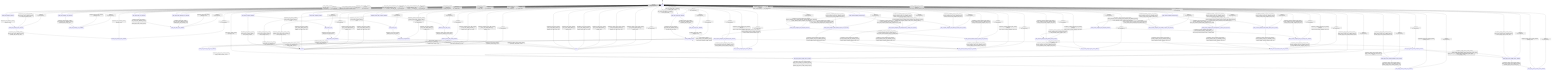
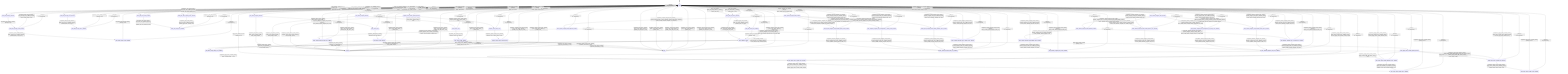
stateDiagram-v2
  direction TB
  [*] --> ready
  ready --> state_bind_storage_decision : bind_storage_runtime [storage_bind_valid_] / effect_bind_storage_
  ready --> state_bind_storage_error_decision : bind_storage_runtime [storage_bind_invalid_] / record_bind_storage_invalid_request_and_clear_binding_
  state_bind_storage_decision --> state_bind_storage_done_decision : completion_bind_storage_runtime_ [always] / none
  state_bind_storage_done_decision --> state_bind_storage_done_callback : completion_bind_storage_runtime_ [bind_storage_done_callback_present_] / publish_bind_storage_done_
  state_bind_storage_done_decision --> ready : completion_bind_storage_runtime_ [bind_storage_done_callback_absent_] / record_bind_storage_done_
  state_bind_storage_done_callback --> ready : completion_bind_storage_runtime_ [always] / none
  state_bind_storage_error_decision --> state_bind_storage_error_callback : completion_bind_storage_runtime_ [bind_storage_error_callback_present_] / publish_bind_storage_error_
  state_bind_storage_error_decision --> ready : completion_bind_storage_runtime_ [bind_storage_error_callback_absent_] / none
  state_bind_storage_error_callback --> ready : completion_bind_storage_runtime_ [always] / none
  state_awaiting_effects --> state_bind_storage_busy_error_callback : bind_storage_runtime [bind_storage_error_callback_present_] / publish_bind_storage_error_
  state_awaiting_effects --> state_awaiting_effects : bind_storage_runtime [bind_storage_error_callback_absent_] / record_bind_storage_invalid_request_
  state_bind_storage_busy_error_callback --> state_awaiting_effects : completion_bind_storage_runtime_ [always] / none
  ready --> state_plan_load_done_decision : plan_load_runtime [plan_load_valid_without_io_strategy_] / effect_plan_load_
  ready --> state_plan_load_done_decision : plan_load_runtime [plan_load_valid_with_io_strategy_] / effect_plan_io_load_
  ready --> state_plan_load_error_decision : plan_load_runtime [plan_load_invalid_request_] / none
  ready --> state_plan_load_capacity_error_decision : plan_load_runtime [plan_load_invalid_capacity_] / none
  state_plan_load_done_decision --> state_plan_load_done_callback : completion_plan_load_runtime_ [plan_load_done_callback_present_] / publish_plan_load_done_
  state_plan_load_done_decision --> state_awaiting_effects : completion_plan_load_runtime_ [plan_load_done_callback_absent_] / record_plan_load_done_
  state_plan_load_done_callback --> state_awaiting_effects : completion_plan_load_runtime_ [always] / none
  state_plan_load_error_decision --> state_plan_load_error_callback : completion_plan_load_runtime_ [plan_load_error_callback_present_] / publish_plan_load_invalid_request_
  state_plan_load_error_decision --> ready : completion_plan_load_runtime_ [plan_load_error_callback_absent_] / record_plan_load_invalid_request_
  state_plan_load_capacity_error_decision --> state_plan_load_error_callback : completion_plan_load_runtime_ [plan_load_error_callback_present_] / publish_plan_load_capacity_error_
  state_plan_load_capacity_error_decision --> ready : completion_plan_load_runtime_ [plan_load_error_callback_absent_] / record_plan_load_capacity_error_
  state_plan_load_error_callback --> ready : completion_plan_load_runtime_ [always] / none
  state_awaiting_effects --> state_apply_effect_results_request_decision : apply_effect_results_runtime [always] / none
  state_apply_effect_results_request_decision --> state_apply_effect_results_error_decision : completion_apply_effect_results_runtime_ [apply_results_invalid_] / none
  state_apply_effect_results_request_decision --> state_apply_effect_results_backend_error_decision : completion_apply_effect_results_runtime_ [apply_results_valid_with_effect_errors_] / none
  state_apply_effect_results_request_decision --> state_apply_effect_results_done_decision : completion_apply_effect_results_runtime_ [apply_results_valid_without_effect_errors_without_record_output_] / effect_apply_results_
  state_apply_effect_results_request_decision --> state_apply_effect_results_done_decision : completion_apply_effect_results_runtime_ [apply_results_valid_without_effect_errors_with_record_output_] / effect_apply_results_with_record_output_
  ready --> state_apply_effect_results_error_decision : apply_effect_results_runtime [always] / none
  state_apply_effect_results_done_decision --> state_apply_effect_results_done_callback : completion_apply_effect_results_runtime_ [apply_effect_results_done_callback_present_] / publish_apply_effect_results_done_
  state_apply_effect_results_done_decision --> ready : completion_apply_effect_results_runtime_ [apply_effect_results_done_callback_absent_] / record_apply_effect_results_done_
  state_apply_effect_results_done_callback --> ready : completion_apply_effect_results_runtime_ [always] / none
  state_apply_effect_results_error_decision --> state_apply_effect_results_error_callback : completion_apply_effect_results_runtime_ [apply_effect_results_error_callback_present_] / publish_apply_effect_results_invalid_request_
  state_apply_effect_results_error_decision --> ready : completion_apply_effect_results_runtime_ [apply_effect_results_error_callback_absent_] / record_apply_effect_results_invalid_request_
  state_apply_effect_results_backend_error_decision --> state_apply_effect_results_error_callback : completion_apply_effect_results_runtime_ [apply_effect_results_error_callback_present_] / publish_apply_effect_results_backend_error_
  state_apply_effect_results_backend_error_decision --> ready : completion_apply_effect_results_runtime_ [apply_effect_results_error_callback_absent_] / record_apply_effect_results_backend_error_
  state_apply_effect_results_error_callback --> ready : completion_apply_effect_results_runtime_ [always] / none
  ready --> bind_tensor_request_decision : bind_tensor_runtime [always] / begin_bind_tensor_
  bind_tensor_request_decision --> bind_tensor_exec : completion_bind_tensor_runtime_ [bind_tensor_request_valid_] / none
  bind_tensor_request_decision --> errored : completion_bind_tensor_runtime_ [bind_tensor_request_invalid_] / mark_invalid_request_
  bind_tensor_exec --> bind_tensor_result_decision : completion_bind_tensor_runtime_ [always] / exec_bind_tensor_
  bind_tensor_result_decision --> done : completion_bind_tensor_runtime_ [operation_succeeded_] / none
  bind_tensor_result_decision --> errored : completion_bind_tensor_runtime_ [operation_not_dispatched_] / mark_invalid_request_
  ready --> evict_tensor_request_decision : evict_tensor_runtime [always] / begin_evict_tensor_
  evict_tensor_request_decision --> evict_tensor_exec : completion_evict_tensor_runtime_ [evict_tensor_request_valid_] / none
  evict_tensor_request_decision --> errored : completion_evict_tensor_runtime_ [evict_tensor_request_invalid_] / mark_invalid_request_
  evict_tensor_exec --> evict_tensor_result_decision : completion_evict_tensor_runtime_ [always] / exec_evict_tensor_
  evict_tensor_result_decision --> done : completion_evict_tensor_runtime_ [operation_succeeded_] / none
  evict_tensor_result_decision --> errored : completion_evict_tensor_runtime_ [operation_not_dispatched_] / mark_invalid_request_
  ready --> capture_tensor_state_request_decision : capture_tensor_state_runtime [always] / begin_capture_tensor_state_
  capture_tensor_state_request_decision --> capture_tensor_state_exec : completion_capture_tensor_state_runtime_ [capture_tensor_state_request_valid_] / none
  capture_tensor_state_request_decision --> errored : completion_capture_tensor_state_runtime_ [capture_tensor_state_request_invalid_] / mark_invalid_request_
  capture_tensor_state_exec --> capture_tensor_state_result_decision : completion_capture_tensor_state_runtime_ [always] / exec_capture_tensor_state_
  capture_tensor_state_result_decision --> done : completion_capture_tensor_state_runtime_ [operation_succeeded_] / none
  capture_tensor_state_result_decision --> errored : completion_capture_tensor_state_runtime_ [operation_not_dispatched_] / mark_invalid_request_
  done --> ready : completion_bind_tensor_runtime_ [error_code_output_present_] / publish_done_with_error_code_
  done --> ready : completion_bind_tensor_runtime_ [error_code_output_absent_] / publish_done_
  errored --> ready : completion_bind_tensor_runtime_ [error_code_output_present_] / publish_error_with_error_code_
  errored --> ready : completion_bind_tensor_runtime_ [error_code_output_absent_] / publish_error_
  done --> ready : completion_evict_tensor_runtime_ [error_code_output_present_] / publish_done_with_error_code_
  done --> ready : completion_evict_tensor_runtime_ [error_code_output_absent_] / publish_done_
  errored --> ready : completion_evict_tensor_runtime_ [error_code_output_present_] / publish_error_with_error_code_
  errored --> ready : completion_evict_tensor_runtime_ [error_code_output_absent_] / publish_error_
  done --> ready : completion_capture_tensor_state_runtime_ [error_code_output_present_] / publish_done_with_error_code_
  done --> ready : completion_capture_tensor_state_runtime_ [error_code_output_absent_] / publish_done_
  errored --> ready : completion_capture_tensor_state_runtime_ [error_code_output_present_] / publish_error_with_error_code_
  errored --> ready : completion_capture_tensor_state_runtime_ [error_code_output_absent_] / publish_error_
  ready --> state_request_mapped_load_decision : request_mapped_load_runtime [always] / effect_begin_request_mapped_load_
  state_request_mapped_load_decision --> state_request_mapped_load_unsupported_io_mmap_error_decision : completion_request_mapped_load_runtime_ [request_mapped_load_io_mmap_absent_] / effect_mark_request_mapped_load_unsupported_io_mmap_
  state_request_mapped_load_decision --> state_request_mapped_load_invalid_request_error_decision : completion_request_mapped_load_runtime_ [request_mapped_load_io_mmap_present_request_invalid_] / effect_mark_request_mapped_load_invalid_request_
  state_request_mapped_load_decision --> state_request_mapped_load_already_resident_error_decision : completion_request_mapped_load_runtime_ [request_mapped_load_io_mmap_present_request_valid_already_resident_] / effect_mark_request_mapped_load_tensor_already_resident_
  state_request_mapped_load_decision --> state_request_mapped_load_dispatch_decision : completion_request_mapped_load_runtime_ [request_mapped_load_io_mmap_present_request_valid_tensor_unbound_] / effect_attempt_request_mapped_load_dispatch_
-   state_request_mapped_load_dispatch_decision --> state_request_mapped_load_publish_done_decision : completion_request_mapped_load_runtime_ [request_mapped_load_io_mmap_succeeded_] / effect_commit_request_mapped_load_
+   state_request_mapped_load_dispatch_decision --> state_request_mapped_load_done_callback : completion_request_mapped_load_runtime_ [request_mapped_load_io_mmap_succeeded_] / effect_commit_request_mapped_load_
  state_request_mapped_load_dispatch_decision --> state_request_mapped_load_io_mmap_error_decision : completion_request_mapped_load_runtime_ [request_mapped_load_io_mmap_failed_] / effect_mark_request_mapped_load_io_mmap_failed_
-   state_request_mapped_load_publish_done_decision --> state_request_mapped_load_done_callback : completion_request_mapped_load_runtime_ [request_mapped_load_done_callback_present_] / effect_publish_request_mapped_load_done_
-   state_request_mapped_load_done_callback --> ready : completion_request_mapped_load_runtime_ [always] / effect_record_request_mapped_load_done_
+   state_request_mapped_load_done_callback --> ready : completion_request_mapped_load_runtime_ [always] / effect_publish_request_mapped_load_done_
  state_request_mapped_load_invalid_request_error_decision --> state_request_mapped_load_error_callback : completion_request_mapped_load_runtime_ [request_mapped_load_error_callback_present_] / effect_publish_request_mapped_load_error_
  state_request_mapped_load_invalid_request_error_decision --> ready : completion_request_mapped_load_runtime_ [request_mapped_load_error_callback_absent_] / effect_record_request_mapped_load_error_
  state_request_mapped_load_unsupported_io_mmap_error_decision --> state_request_mapped_load_error_callback : completion_request_mapped_load_runtime_ [request_mapped_load_error_callback_present_] / effect_publish_request_mapped_load_error_
  state_request_mapped_load_unsupported_io_mmap_error_decision --> ready : completion_request_mapped_load_runtime_ [request_mapped_load_error_callback_absent_] / effect_record_request_mapped_load_error_
  state_request_mapped_load_already_resident_error_decision --> state_request_mapped_load_error_callback : completion_request_mapped_load_runtime_ [request_mapped_load_error_callback_present_] / effect_publish_request_mapped_load_error_
  state_request_mapped_load_already_resident_error_decision --> ready : completion_request_mapped_load_runtime_ [request_mapped_load_error_callback_absent_] / effect_record_request_mapped_load_error_
  state_request_mapped_load_io_mmap_error_decision --> state_request_mapped_load_error_callback : completion_request_mapped_load_runtime_ [request_mapped_load_error_callback_present_] / effect_publish_request_mapped_load_error_
  state_request_mapped_load_io_mmap_error_decision --> ready : completion_request_mapped_load_runtime_ [request_mapped_load_error_callback_absent_] / effect_record_request_mapped_load_error_
  state_request_mapped_load_error_callback --> ready : completion_request_mapped_load_runtime_ [always] / effect_record_request_mapped_load_error_
  ready --> state_release_mapped_load_decision : release_mapped_load_runtime [always] / effect_begin_release_mapped_load_
  state_release_mapped_load_decision --> state_release_mapped_load_unsupported_io_mmap_error_decision : completion_release_mapped_load_runtime_ [release_mapped_load_io_mmap_absent_] / effect_mark_release_mapped_load_unsupported_io_mmap_
  state_release_mapped_load_decision --> state_release_mapped_load_invalid_request_error_decision : completion_release_mapped_load_runtime_ [release_mapped_load_io_mmap_present_request_invalid_] / effect_mark_release_mapped_load_invalid_request_
  state_release_mapped_load_decision --> state_release_mapped_load_handle_absent_error_decision : completion_release_mapped_load_runtime_ [release_mapped_load_io_mmap_present_request_valid_handle_absent_] / effect_mark_release_mapped_load_handle_absent_
  state_release_mapped_load_decision --> state_release_mapped_load_dispatch_decision : completion_release_mapped_load_runtime_ [release_mapped_load_io_mmap_present_request_valid_handle_present_] / effect_attempt_release_mapped_load_dispatch_
  state_release_mapped_load_dispatch_decision --> state_release_mapped_load_publish_done_decision : completion_release_mapped_load_runtime_ [release_mapped_load_io_mmap_succeeded_] / effect_commit_release_mapped_load_
  state_release_mapped_load_dispatch_decision --> state_release_mapped_load_io_mmap_error_decision : completion_release_mapped_load_runtime_ [release_mapped_load_io_mmap_failed_] / effect_mark_release_mapped_load_io_mmap_failed_
  state_release_mapped_load_publish_done_decision --> state_release_mapped_load_done_callback : completion_release_mapped_load_runtime_ [release_mapped_load_done_callback_present_] / effect_publish_release_mapped_load_done_
  state_release_mapped_load_publish_done_decision --> ready : completion_release_mapped_load_runtime_ [release_mapped_load_done_callback_absent_] / effect_record_release_mapped_load_done_
  state_release_mapped_load_done_callback --> ready : completion_release_mapped_load_runtime_ [always] / effect_record_release_mapped_load_done_
  state_release_mapped_load_invalid_request_error_decision --> state_release_mapped_load_error_callback : completion_release_mapped_load_runtime_ [release_mapped_load_error_callback_present_] / effect_publish_release_mapped_load_error_
  state_release_mapped_load_invalid_request_error_decision --> ready : completion_release_mapped_load_runtime_ [release_mapped_load_error_callback_absent_] / effect_record_release_mapped_load_error_
  state_release_mapped_load_unsupported_io_mmap_error_decision --> state_release_mapped_load_error_callback : completion_release_mapped_load_runtime_ [release_mapped_load_error_callback_present_] / effect_publish_release_mapped_load_error_
  state_release_mapped_load_unsupported_io_mmap_error_decision --> ready : completion_release_mapped_load_runtime_ [release_mapped_load_error_callback_absent_] / effect_record_release_mapped_load_error_
  state_release_mapped_load_handle_absent_error_decision --> state_release_mapped_load_error_callback : completion_release_mapped_load_runtime_ [release_mapped_load_error_callback_present_] / effect_publish_release_mapped_load_error_
  state_release_mapped_load_handle_absent_error_decision --> ready : completion_release_mapped_load_runtime_ [release_mapped_load_error_callback_absent_] / effect_record_release_mapped_load_error_
  state_release_mapped_load_io_mmap_error_decision --> state_release_mapped_load_error_callback : completion_release_mapped_load_runtime_ [release_mapped_load_error_callback_present_] / effect_publish_release_mapped_load_error_
  state_release_mapped_load_io_mmap_error_decision --> ready : completion_release_mapped_load_runtime_ [release_mapped_load_error_callback_absent_] / effect_record_release_mapped_load_error_
  state_release_mapped_load_error_callback --> ready : completion_release_mapped_load_runtime_ [always] / effect_record_release_mapped_load_error_
  ready --> ready : _ [always] / on_unexpected_
  state_bind_storage_decision --> ready : _ [always] / on_unexpected_
  state_bind_storage_done_decision --> ready : _ [always] / on_unexpected_
  state_bind_storage_done_callback --> ready : _ [always] / on_unexpected_
  state_bind_storage_error_decision --> ready : _ [always] / on_unexpected_
  state_bind_storage_error_callback --> ready : _ [always] / on_unexpected_
  state_bind_storage_busy_error_callback --> state_awaiting_effects : _ [always] / on_unexpected_
  state_plan_load_done_decision --> ready : _ [always] / on_unexpected_
  state_plan_load_done_callback --> ready : _ [always] / on_unexpected_
  state_plan_load_error_decision --> ready : _ [always] / on_unexpected_
  state_plan_load_capacity_error_decision --> ready : _ [always] / on_unexpected_
  state_plan_load_error_callback --> ready : _ [always] / on_unexpected_
  state_awaiting_effects --> ready : _ [always] / on_unexpected_
  state_apply_effect_results_request_decision --> ready : _ [always] / on_unexpected_
  state_apply_effect_results_done_decision --> ready : _ [always] / on_unexpected_
  state_apply_effect_results_done_callback --> ready : _ [always] / on_unexpected_
  state_apply_effect_results_error_decision --> ready : _ [always] / on_unexpected_
  state_apply_effect_results_backend_error_decision --> ready : _ [always] / on_unexpected_
  state_apply_effect_results_error_callback --> ready : _ [always] / on_unexpected_
  bind_tensor_request_decision --> ready : _ [always] / on_unexpected_
  bind_tensor_exec --> ready : _ [always] / on_unexpected_
  bind_tensor_result_decision --> ready : _ [always] / on_unexpected_
  evict_tensor_request_decision --> ready : _ [always] / on_unexpected_
  evict_tensor_exec --> ready : _ [always] / on_unexpected_
  evict_tensor_result_decision --> ready : _ [always] / on_unexpected_
  capture_tensor_state_request_decision --> ready : _ [always] / on_unexpected_
  capture_tensor_state_exec --> ready : _ [always] / on_unexpected_
  capture_tensor_state_result_decision --> ready : _ [always] / on_unexpected_
  done --> ready : _ [always] / on_unexpected_
  errored --> ready : _ [always] / on_unexpected_
  state_request_mapped_load_decision --> ready : _ [always] / on_unexpected_
  state_request_mapped_load_dispatch_decision --> ready : _ [always] / on_unexpected_
-   state_request_mapped_load_publish_done_decision --> ready : _ [always] / on_unexpected_
  state_request_mapped_load_done_callback --> ready : _ [always] / on_unexpected_
  state_request_mapped_load_invalid_request_error_decision --> ready : _ [always] / on_unexpected_
  state_request_mapped_load_unsupported_io_mmap_error_decision --> ready : _ [always] / on_unexpected_
  state_request_mapped_load_already_resident_error_decision --> ready : _ [always] / on_unexpected_
  state_request_mapped_load_io_mmap_error_decision --> ready : _ [always] / on_unexpected_
  state_request_mapped_load_error_callback --> ready : _ [always] / on_unexpected_
  state_release_mapped_load_decision --> ready : _ [always] / on_unexpected_
  state_release_mapped_load_dispatch_decision --> ready : _ [always] / on_unexpected_
  state_release_mapped_load_publish_done_decision --> ready : _ [always] / on_unexpected_
  state_release_mapped_load_done_callback --> ready : _ [always] / on_unexpected_
  state_release_mapped_load_invalid_request_error_decision --> ready : _ [always] / on_unexpected_
  state_release_mapped_load_unsupported_io_mmap_error_decision --> ready : _ [always] / on_unexpected_
  state_release_mapped_load_handle_absent_error_decision --> ready : _ [always] / on_unexpected_
  state_release_mapped_load_io_mmap_error_decision --> ready : _ [always] / on_unexpected_
  state_release_mapped_load_error_callback --> ready : _ [always] / on_unexpected_
